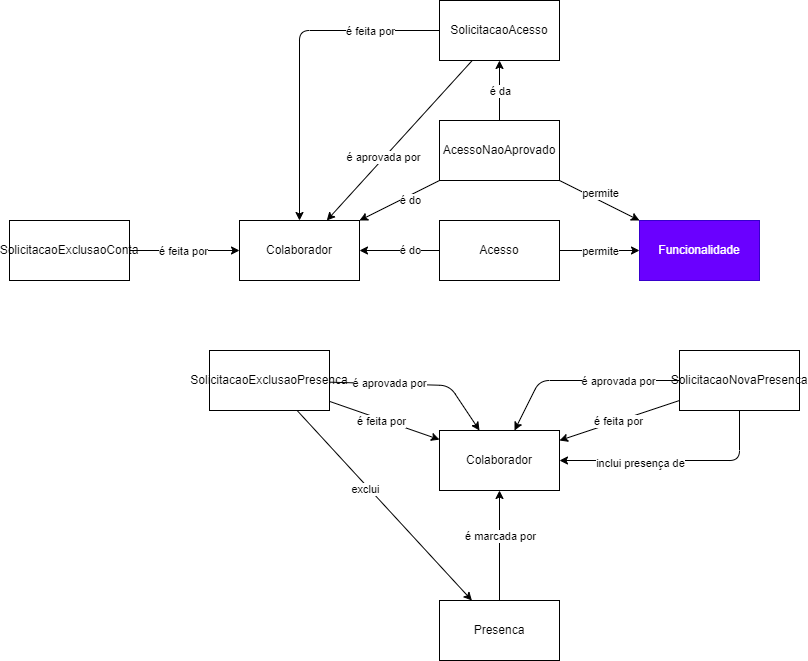
Above: analise/mer/solicitacao.drawio.png in leandroalveswork/horah (draw.io), before the change. Source tidied: cells renumbered, new cells last; positions are measured from the earlier drawing's top-left corner, leaving out a move shared by most shapes.
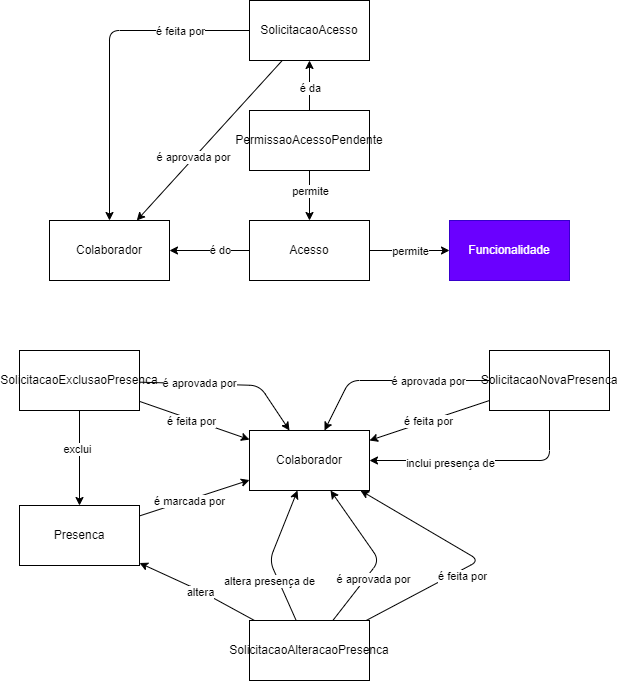
Later version of the same file.

Diff of the diagram source:
```diff
@@ -62,11 +62,11 @@
     </mxCell>
     <mxCell id="18" value="é marcada por" style="edgeLabel;html=1;align=center;verticalAlign=middle;" parent="17" vertex="1">
       <mxGeometry x="-0.27" y="-2" relative="1" as="geometry">
-        <mxPoint x="-2" y="-25" as="offset" />
+        <mxPoint x="9" y="-4" as="offset" />
       </mxGeometry>
     </mxCell>
     <mxCell id="19" value="Presenca" style="rounded=0;whiteSpace=wrap;html=1;" parent="1" vertex="1">
-      <mxGeometry x="430" y="600" width="120" height="60" as="geometry" />
+      <mxGeometry x="200" y="505" width="120" height="60" as="geometry" />
     </mxCell>
     <mxCell id="20" style="edgeStyle=none;html=1;endArrow=classic;endFill=1;" parent="1" edge="1" source="26" target="19">
       <mxGeometry relative="1" as="geometry" />
@@ -130,35 +130,67 @@
     <mxCell id="33" value="SolicitacaoNovaPresenca" style="rounded=0;whiteSpace=wrap;html=1;" parent="1" vertex="1">
       <mxGeometry x="670" y="350" width="120" height="60" as="geometry" />
     </mxCell>
-    <mxCell id="34" style="edgeStyle=none;html=1;" parent="1" edge="1" source="36" target="11">
-      <mxGeometry relative="1" as="geometry" />
-    </mxCell>
+    <mxCell id="42" style="edgeStyle=none;html=1;" parent="1" edge="1" source="41" target="14">
+      <mxGeometry relative="1" as="geometry" />
+    </mxCell>
+    <mxCell id="38" value="permite" style="edgeLabel;html=1;align=center;verticalAlign=middle;" parent="42" vertex="1">
+      <mxGeometry x="0.17" y="4" relative="1" as="geometry">
+        <mxPoint x="-4" y="-9" as="offset" />
+      </mxGeometry>
+    </mxCell>
+    <mxCell id="41" value="PermissaoAcessoPendente" style="rounded=0;whiteSpace=wrap;html=1;" parent="1" vertex="1">
+      <mxGeometry x="430" y="110" width="120" height="60" as="geometry" />
+    </mxCell>
+    <mxCell id="43" style="edgeStyle=none;html=1;" parent="1" edge="1" source="50" target="16">
+      <mxGeometry relative="1" as="geometry">
+        <Array as="points">
+          <mxPoint x="660" y="560" />
+        </Array>
+      </mxGeometry>
+    </mxCell>
-    <mxCell id="35" value="é feita por" style="edgeLabel;html=1;align=center;verticalAlign=middle;" parent="34" vertex="1">
-      <mxGeometry x="-0.5" y="-2" relative="1" as="geometry">
-        <mxPoint x="25" y="-2" as="offset" />
+    <mxCell id="35" value="é feita por" style="edgeLabel;html=1;align=center;verticalAlign=middle;" parent="43" vertex="1">
+      <mxGeometry x="-0.29" y="4" relative="1" as="geometry">
+        <mxPoint x="15" y="3" as="offset" />
       </mxGeometry>
     </mxCell>
-    <mxCell id="36" value="SolicitacaoExclusaoConta" style="rounded=0;whiteSpace=wrap;html=1;" parent="1" vertex="1">
-      <mxGeometry y="220" width="120" height="60" as="geometry" />
-    </mxCell>
-    <mxCell id="37" style="edgeStyle=none;html=1;" parent="1" edge="1" source="41" target="15">
-      <mxGeometry relative="1" as="geometry" />
-    </mxCell>
-    <mxCell id="38" value="permite" style="edgeLabel;html=1;align=center;verticalAlign=middle;" parent="37" vertex="1">
-      <mxGeometry x="-0.33" y="1" relative="1" as="geometry">
-        <mxPoint x="13" as="offset" />
-      </mxGeometry>
-    </mxCell>
-    <mxCell id="39" style="edgeStyle=none;html=1;" parent="1" edge="1" source="41" target="11">
-      <mxGeometry relative="1" as="geometry" />
-    </mxCell>
-    <mxCell id="40" value="é do" style="edgeLabel;html=1;align=center;verticalAlign=middle;" parent="39" vertex="1">
-      <mxGeometry x="0.32" y="-2" relative="1" as="geometry">
-        <mxPoint x="24" y="-5" as="offset" />
-      </mxGeometry>
-    </mxCell>
-    <mxCell id="41" value="AcessoNaoAprovado" style="rounded=0;whiteSpace=wrap;html=1;" parent="1" vertex="1">
-      <mxGeometry x="430" y="120" width="120" height="60" as="geometry" />
-    </mxCell>
+    <mxCell id="44" style="edgeStyle=none;html=1;" parent="1" edge="1" source="50" target="16">
+      <mxGeometry relative="1" as="geometry">
+        <Array as="points">
+          <mxPoint x="560" y="560" />
+        </Array>
+      </mxGeometry>
+    </mxCell>
+    <mxCell id="45" value="é aprovada por" style="edgeLabel;html=1;align=center;verticalAlign=middle;" parent="44" vertex="1">
+      <mxGeometry x="-0.29" y="-2" relative="1" as="geometry">
+        <mxPoint x="4" y="2" as="offset" />
+      </mxGeometry>
+    </mxCell>
+    <mxCell id="46" style="edgeStyle=none;html=1;" parent="1" edge="1" source="50" target="19">
+      <mxGeometry relative="1" as="geometry">
+        <Array as="points">
+          <mxPoint x="380" y="590" />
+        </Array>
+      </mxGeometry>
+    </mxCell>
+    <mxCell id="47" value="altera" style="edgeLabel;html=1;align=center;verticalAlign=middle;" parent="46" vertex="1">
+      <mxGeometry x="-0.08" y="4" relative="1" as="geometry">
+        <mxPoint x="-1" y="-4" as="offset" />
+      </mxGeometry>
+    </mxCell>
+    <mxCell id="48" style="edgeStyle=none;html=1;" parent="1" edge="1" source="50" target="16">
+      <mxGeometry relative="1" as="geometry">
+        <Array as="points">
+          <mxPoint x="450" y="560" />
+        </Array>
+      </mxGeometry>
+    </mxCell>
+    <mxCell id="49" value="altera presença de" style="edgeLabel;html=1;align=center;verticalAlign=middle;" parent="48" vertex="1">
+      <mxGeometry x="-0.36" y="3" relative="1" as="geometry">
+        <mxPoint x="-6" as="offset" />
+      </mxGeometry>
+    </mxCell>
+    <mxCell id="50" value="SolicitacaoAlteracaoPresenca" style="rounded=0;whiteSpace=wrap;html=1;" parent="1" vertex="1">
+      <mxGeometry x="430" y="620" width="120" height="60" as="geometry" />
+    </mxCell>
   </root>
 </mxGraphModel>
```
